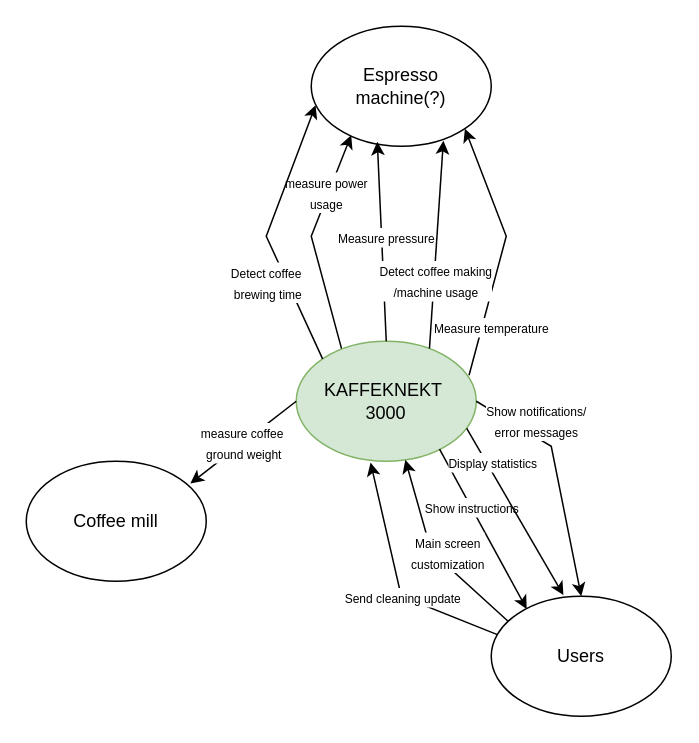
The draw.io diagram diagrams/Context Diagram.drawio in martintara/kaffeknekt, before the edit. Source tidied: cells renumbered, new cells numbered last; positions are measured from the earlier drawing's top-left corner, leaving out a move shared by most shapes. Both pictures are drawn from the tidied source at 150%, with x=0, y=0 at pixel (26, 26).
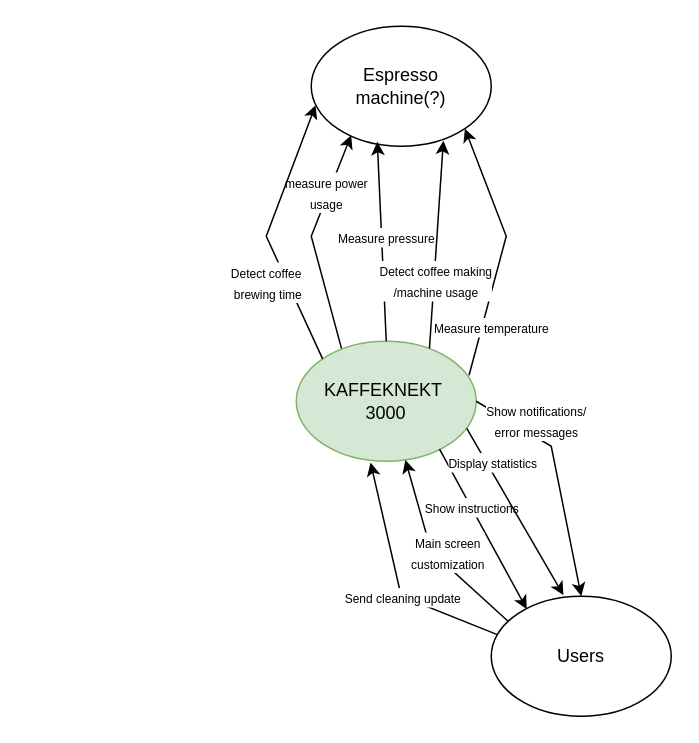
The same page after the edit.

The change refers to these unchanged cells:
```xml
<mxCell id="4" value="KAFFEKNEKT&amp;nbsp;&lt;div&gt;3000&lt;/div&gt;" style="ellipse;whiteSpace=wrap;html=1;fillColor=#D5E8D5;strokeColor=#82b366;" parent="1" vertex="1">
  <mxGeometry x="180" y="210" width="120" height="80" as="geometry" />
</mxCell>
```

The edit, as a diff of the source:
```diff
@@
-    <mxCell id="11" value="Coffee mill" style="ellipse;whiteSpace=wrap;html=1;" parent="1" vertex="1">
-      <mxGeometry y="290" width="120" height="80" as="geometry" />
-    </mxCell>
@@
-    <mxCell id="24" style="endArrow=classic;html=1;rounded=0;fontFamily=Helvetica;fontSize=11;fontColor=default;labelBackgroundColor=default;entryX=0.912;entryY=0.185;entryDx=0;entryDy=0;entryPerimeter=0;exitX=0;exitY=0.5;exitDx=0;exitDy=0;" parent="1" edge="1" source="4" target="11">
-      <mxGeometry relative="1" as="geometry" />
-    </mxCell>
-    <mxCell id="25" value="&lt;font style=&quot;font-size: 8px;&quot;&gt;measure coffee&amp;nbsp;&lt;/font&gt;&lt;div&gt;&lt;font style=&quot;font-size: 8px;&quot;&gt;ground weight&lt;/font&gt;&lt;/div&gt;" style="edgeLabel;html=1;align=center;verticalAlign=middle;fontFamily=Helvetica;fontSize=11;fontColor=default;labelBackgroundColor=default;fillColor=none;gradientColor=none;" parent="24" vertex="1">
-      <mxGeometry relative="1" as="geometry" />
-    </mxCell>
```
